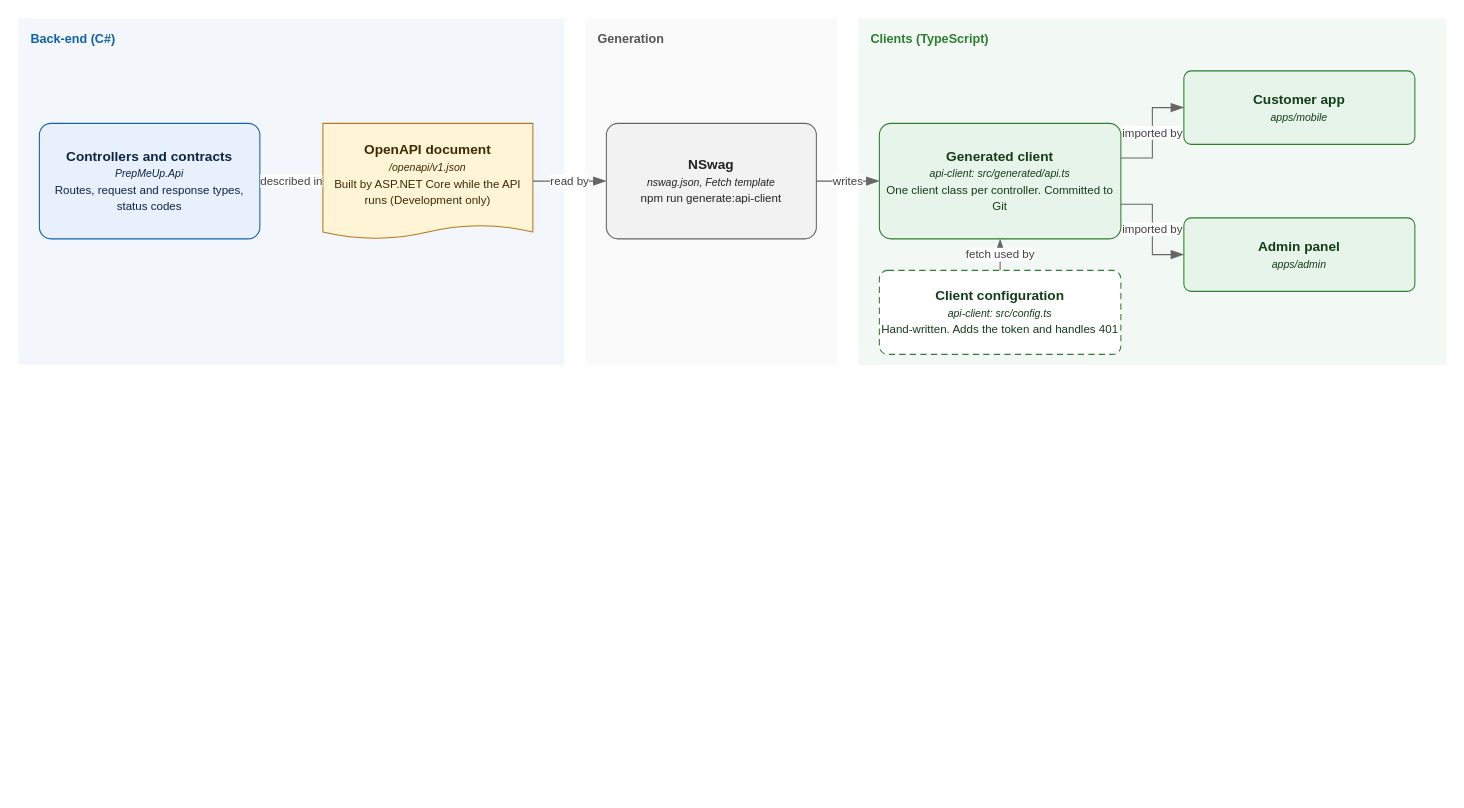
This is docs/assets/drawio/api-client-generation.drawio from Mosekjaer/prepmeup, a draw.io file, before an edit. Source tidied: cells renumbered, new cells numbered last; positions are measured from the earlier drawing's top-left corner, leaving out a move shared by most shapes. Both pictures are drawn from the tidied source at 105%, with x=0, y=0 at pixel (18, 18).
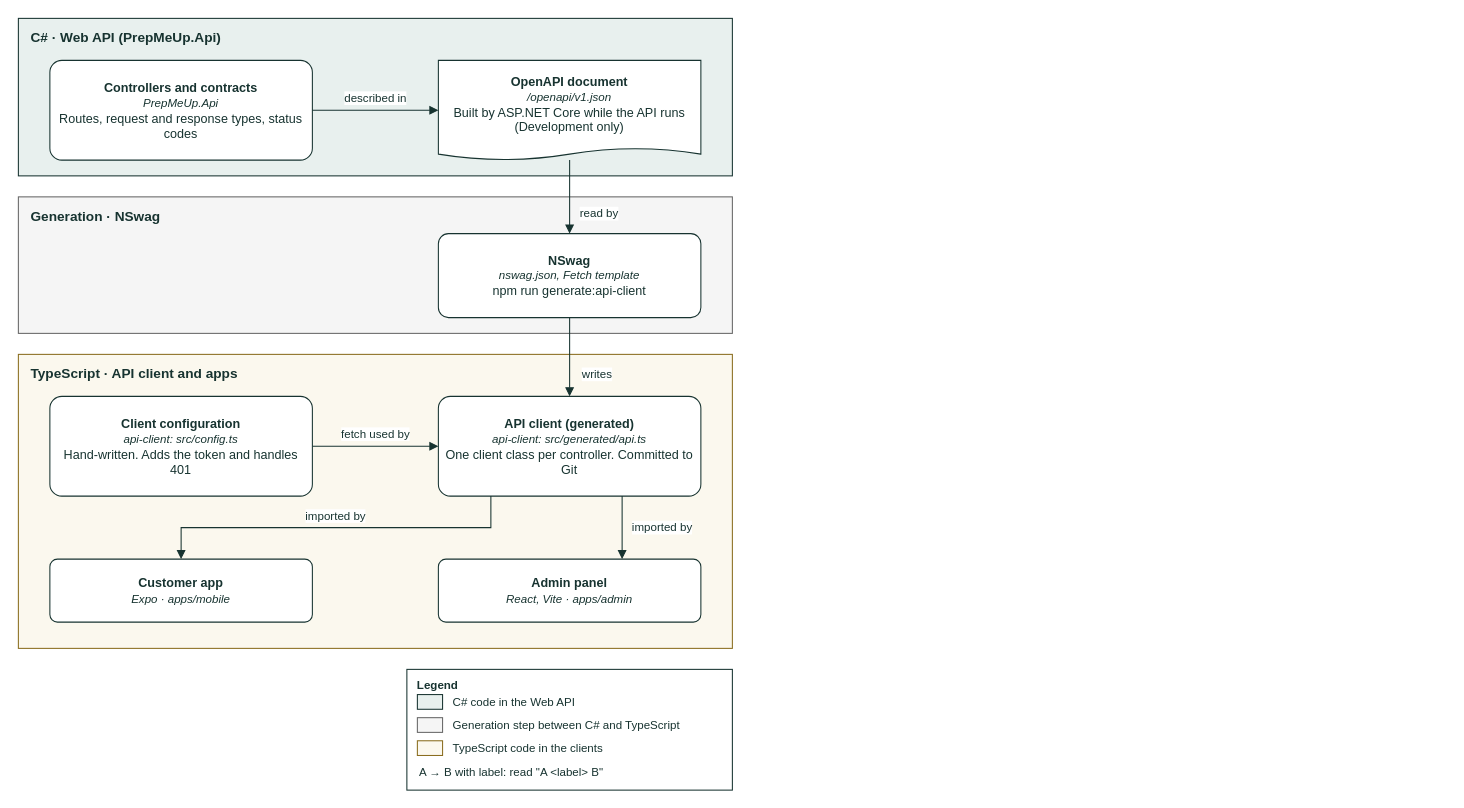
The same page after the edit.

Commit message (it also covers changes not shown here):
docs(diagrams): fit API client generation diagram to the page

It was 1360 px wide, so text printed at about 3 pt. Now top to bottom in the shared palette.

The edit, as a diff of the source:
```diff
@@
-    <mxCell id="2" value="Back-end (C#)" style="rounded=0;html=1;whiteSpace=wrap;strokeColor=none;fontSize=12;fontStyle=1;align=left;verticalAlign=top;spacingLeft=10;spacingTop=6;fillColor=#F3F6FB;fontColor=#1061B0;" parent="1" vertex="1">
-      <mxGeometry width="520" height="330" as="geometry" />
+    <mxCell id="2" value="C# · Web API (PrepMeUp.Api)" style="rounded=0;html=1;whiteSpace=wrap;fillColor=#E8F0EE;strokeColor=#173330;fontColor=#173330;fontFamily=Arial;fontSize=13;fontStyle=1;align=left;verticalAlign=top;spacingLeft=10;spacingTop=4;" parent="1" vertex="1">
+      <mxGeometry width="680" height="150" as="geometry" />
     </mxCell>
-    <mxCell id="3" value="Generation" style="rounded=0;html=1;whiteSpace=wrap;strokeColor=none;fontSize=12;fontStyle=1;align=left;verticalAlign=top;spacingLeft=10;spacingTop=6;fillColor=#FAFAFA;fontColor=#555555;" parent="1" vertex="1">
-      <mxGeometry x="540" width="240" height="330" as="geometry" />
+    <mxCell id="3" value="Generation · NSwag" style="rounded=0;html=1;whiteSpace=wrap;fillColor=#F5F5F5;strokeColor=#666666;fontColor=#173330;fontFamily=Arial;fontSize=13;fontStyle=1;align=left;verticalAlign=top;spacingLeft=10;spacingTop=4;" parent="1" vertex="1">
+      <mxGeometry y="170" width="680" height="130" as="geometry" />
     </mxCell>
-    <mxCell id="4" value="Clients (TypeScript)" style="rounded=0;html=1;whiteSpace=wrap;strokeColor=none;fontSize=12;fontStyle=1;align=left;verticalAlign=top;spacingLeft=10;spacingTop=6;fillColor=#F2F8F3;fontColor=#2E7D32;" parent="1" vertex="1">
-      <mxGeometry x="800" width="560" height="330" as="geometry" />
+    <mxCell id="4" value="TypeScript · API client and apps" style="rounded=0;html=1;whiteSpace=wrap;fillColor=#FBF8EE;strokeColor=#8A6D1F;fontColor=#173330;fontFamily=Arial;fontSize=13;fontStyle=1;align=left;verticalAlign=top;spacingLeft=10;spacingTop=4;" parent="1" vertex="1">
+      <mxGeometry y="320" width="680" height="280" as="geometry" />
     </mxCell>
-    <mxCell id="5" value="&lt;b&gt;Controllers and contracts&lt;/b&gt;&lt;br&gt;&lt;span style=&quot;font-size:10px&quot;&gt;&lt;i&gt;PrepMeUp.Api&lt;/i&gt;&lt;/span&gt;&lt;br&gt;&lt;span style=&quot;font-size:11px&quot;&gt;Routes, request and response types, status codes&lt;/span&gt;" style="rounded=1;arcSize=10;html=1;whiteSpace=wrap;fontSize=13;align=center;fillColor=#E8F0FB;strokeColor=#1061B0;fontColor=#0B2545;" parent="1" vertex="1">
-      <mxGeometry x="20" y="100" width="210" height="110" as="geometry" />
+    <mxCell id="5" value="&lt;b&gt;Controllers and contracts&lt;/b&gt;&lt;br&gt;&lt;i style=&quot;font-size:11px&quot;&gt;PrepMeUp.Api&lt;/i&gt;&lt;br&gt;Routes, request and response types, status codes" style="rounded=1;arcSize=12;html=1;whiteSpace=wrap;fillColor=#FFFFFF;strokeColor=#173330;fontColor=#173330;fontFamily=Arial;fontSize=12;align=center;spacing=8;" parent="2" vertex="1">
+      <mxGeometry x="30" y="40" width="250" height="95" as="geometry" />
     </mxCell>
-    <mxCell id="6" value="&lt;b&gt;OpenAPI document&lt;/b&gt;&lt;br&gt;&lt;span style=&quot;font-size:10px&quot;&gt;&lt;i&gt;/openapi/v1.json&lt;/i&gt;&lt;/span&gt;&lt;br&gt;&lt;span style=&quot;font-size:11px&quot;&gt;Built by ASP.NET Core while the API runs (Development only)&lt;/span&gt;" style="shape=document;size=0.12;boundedLbl=1;html=1;whiteSpace=wrap;fontSize=13;align=center;fillColor=#FFF4D6;strokeColor=#B7791F;fontColor=#3D2B00;" parent="1" vertex="1">
-      <mxGeometry x="290" y="100" width="200" height="110" as="geometry" />
+    <mxCell id="6" value="&lt;b&gt;OpenAPI document&lt;/b&gt;&lt;br&gt;&lt;i style=&quot;font-size:11px&quot;&gt;/openapi/v1.json&lt;/i&gt;&lt;br&gt;Built by ASP.NET Core while the API runs (Development only)" style="shape=document;size=0.12;boundedLbl=1;html=1;whiteSpace=wrap;fillColor=#FFFFFF;strokeColor=#173330;fontColor=#173330;fontFamily=Arial;fontSize=12;align=center;spacing=8;" parent="2" vertex="1">
+      <mxGeometry x="400" y="40" width="250" height="95" as="geometry" />
     </mxCell>
-    <mxCell id="7" value="&lt;b&gt;NSwag&lt;/b&gt;&lt;br&gt;&lt;span style=&quot;font-size:10px&quot;&gt;&lt;i&gt;nswag.json, Fetch template&lt;/i&gt;&lt;/span&gt;&lt;br&gt;&lt;span style=&quot;font-size:11px&quot;&gt;npm run generate:api-client&lt;/span&gt;" style="rounded=1;arcSize=10;html=1;whiteSpace=wrap;fontSize=13;align=center;fillColor=#F2F2F2;strokeColor=#666666;fontColor=#222222;dashed=0;" parent="1" vertex="1">
-      <mxGeometry x="560" y="100" width="200" height="110" as="geometry" />
+    <mxCell id="7" value="&lt;b&gt;NSwag&lt;/b&gt;&lt;br&gt;&lt;i style=&quot;font-size:11px&quot;&gt;nswag.json, Fetch template&lt;/i&gt;&lt;br&gt;npm run generate:api-client" style="rounded=1;arcSize=12;html=1;whiteSpace=wrap;fillColor=#FFFFFF;strokeColor=#173330;fontColor=#173330;fontFamily=Arial;fontSize=12;align=center;spacing=8;" parent="3" vertex="1">
+      <mxGeometry x="400" y="35" width="250" height="80" as="geometry" />
     </mxCell>
-    <mxCell id="8" value="&lt;b&gt;Generated client&lt;/b&gt;&lt;br&gt;&lt;span style=&quot;font-size:10px&quot;&gt;&lt;i&gt;api-client: src/generated/api.ts&lt;/i&gt;&lt;/span&gt;&lt;br&gt;&lt;span style=&quot;font-size:11px&quot;&gt;One client class per controller. Committed to Git&lt;/span&gt;" style="rounded=1;arcSize=10;html=1;whiteSpace=wrap;fontSize=13;align=center;fillColor=#E6F4EA;strokeColor=#2E7D32;fontColor=#123D17;" parent="1" vertex="1">
-      <mxGeometry x="820" y="100" width="230" height="110" as="geometry" />
+    <mxCell id="8" value="&lt;b&gt;API client (generated)&lt;/b&gt;&lt;br&gt;&lt;i style=&quot;font-size:11px&quot;&gt;api-client: src/generated/api.ts&lt;/i&gt;&lt;br&gt;One client class per controller. Committed to Git" style="rounded=1;arcSize=12;html=1;whiteSpace=wrap;fillColor=#FFFFFF;strokeColor=#173330;fontColor=#173330;fontFamily=Arial;fontSize=12;align=center;spacing=8;" parent="4" vertex="1">
+      <mxGeometry x="400" y="40" width="250" height="95" as="geometry" />
     </mxCell>
-    <mxCell id="9" value="&lt;b&gt;Client configuration&lt;/b&gt;&lt;br&gt;&lt;span style=&quot;font-size:10px&quot;&gt;&lt;i&gt;api-client: src/config.ts&lt;/i&gt;&lt;/span&gt;&lt;br&gt;&lt;span style=&quot;font-size:11px&quot;&gt;Hand-written. Adds the token and handles 401&lt;/span&gt;" style="rounded=1;arcSize=10;html=1;whiteSpace=wrap;fontSize=13;align=center;fillColor=#FFFFFF;strokeColor=#2E7D32;fontColor=#123D17;dashed=1;dashPattern=6 4;" parent="1" vertex="1">
-      <mxGeometry x="820" y="240" width="230" height="80" as="geometry" />
+    <mxCell id="9" value="&lt;b&gt;Client configuration&lt;/b&gt;&lt;br&gt;&lt;i style=&quot;font-size:11px&quot;&gt;api-client: src/config.ts&lt;/i&gt;&lt;br&gt;Hand-written. Adds the token and handles 401" style="rounded=1;arcSize=12;html=1;whiteSpace=wrap;fillColor=#FFFFFF;strokeColor=#173330;fontColor=#173330;fontFamily=Arial;fontSize=12;align=center;spacing=8;" parent="4" vertex="1">
+      <mxGeometry x="30" y="40" width="250" height="95" as="geometry" />
     </mxCell>
-    <mxCell id="10" value="&lt;b&gt;Customer app&lt;/b&gt;&lt;br&gt;&lt;span style=&quot;font-size:10px&quot;&gt;&lt;i&gt;apps/mobile&lt;/i&gt;&lt;/span&gt;" style="rounded=1;arcSize=10;html=1;whiteSpace=wrap;fontSize=13;align=center;fillColor=#E6F4EA;strokeColor=#2E7D32;fontColor=#123D17;" parent="1" vertex="1">
-      <mxGeometry x="1110" y="50" width="220" height="70" as="geometry" />
+    <mxCell id="10" value="&lt;b&gt;Customer app&lt;/b&gt;&lt;br&gt;&lt;i style=&quot;font-size:11px&quot;&gt;Expo · apps/mobile&lt;/i&gt;" style="rounded=1;arcSize=12;html=1;whiteSpace=wrap;fillColor=#FFFFFF;strokeColor=#173330;fontColor=#173330;fontFamily=Arial;fontSize=12;align=center;spacing=8;" parent="4" vertex="1">
+      <mxGeometry x="30" y="195" width="250" height="60" as="geometry" />
     </mxCell>
-    <mxCell id="11" value="&lt;b&gt;Admin panel&lt;/b&gt;&lt;br&gt;&lt;span style=&quot;font-size:10px&quot;&gt;&lt;i&gt;apps/admin&lt;/i&gt;&lt;/span&gt;" style="rounded=1;arcSize=10;html=1;whiteSpace=wrap;fontSize=13;align=center;fillColor=#E6F4EA;strokeColor=#2E7D32;fontColor=#123D17;" parent="1" vertex="1">
-      <mxGeometry x="1110" y="190" width="220" height="70" as="geometry" />
+    <mxCell id="11" value="&lt;b&gt;Admin panel&lt;/b&gt;&lt;br&gt;&lt;i style=&quot;font-size:11px&quot;&gt;React, Vite · apps/admin&lt;/i&gt;" style="rounded=1;arcSize=12;html=1;whiteSpace=wrap;fillColor=#FFFFFF;strokeColor=#173330;fontColor=#173330;fontFamily=Arial;fontSize=12;align=center;spacing=8;" parent="4" vertex="1">
+      <mxGeometry x="400" y="195" width="250" height="60" as="geometry" />
     </mxCell>
-    <mxCell id="12" value="described in" style="endArrow=blockThin;endFill=1;endSize=10;html=1;fontSize=11;fontColor=#404040;strokeColor=#666666;labelBackgroundColor=#ffffff;rounded=0;exitX=1;exitY=0.5;exitDx=0;exitDy=0;entryX=0;entryY=0.5;entryDx=0;entryDy=0;" parent="1" edge="1" source="5" target="6">
-      <mxGeometry relative="1" as="geometry" />
+    <mxCell id="12" value="described in" style="edgeStyle=orthogonalEdgeStyle;rounded=0;html=1;endArrow=block;endFill=1;strokeColor=#173330;fontColor=#173330;fontFamily=Arial;fontSize=11;labelBackgroundColor=#FFFFFF;exitX=1;exitY=0.5;exitDx=0;exitDy=0;entryX=0;entryY=0.5;entryDx=0;entryDy=0;" parent="1" edge="1" source="5" target="6">
+      <mxGeometry relative="1" as="geometry">
+        <mxPoint y="-12" as="offset" />
+      </mxGeometry>
     </mxCell>
-    <mxCell id="13" value="read by" style="endArrow=blockThin;endFill=1;endSize=10;html=1;fontSize=11;fontColor=#404040;strokeColor=#666666;labelBackgroundColor=#ffffff;rounded=0;exitX=1;exitY=0.5;exitDx=0;exitDy=0;entryX=0;entryY=0.5;entryDx=0;entryDy=0;" parent="1" edge="1" source="6" target="7">
-      <mxGeometry relative="1" as="geometry" />
+    <mxCell id="13" value="read by" style="edgeStyle=orthogonalEdgeStyle;rounded=0;html=1;endArrow=block;endFill=1;strokeColor=#173330;fontColor=#173330;fontFamily=Arial;fontSize=11;labelBackgroundColor=#FFFFFF;exitX=0.5;exitY=1;exitDx=0;exitDy=0;entryX=0.5;entryY=0;entryDx=0;entryDy=0;" parent="1" edge="1" source="6" target="7">
+      <mxGeometry x="0.45" relative="1" as="geometry">
+        <mxPoint x="28" as="offset" />
+      </mxGeometry>
     </mxCell>
-    <mxCell id="14" value="writes" style="endArrow=blockThin;endFill=1;endSize=10;html=1;fontSize=11;fontColor=#404040;strokeColor=#666666;labelBackgroundColor=#ffffff;rounded=0;exitX=1;exitY=0.5;exitDx=0;exitDy=0;entryX=0;entryY=0.5;entryDx=0;entryDy=0;" parent="1" edge="1" source="7" target="8">
-      <mxGeometry relative="1" as="geometry" />
+    <mxCell id="14" value="writes" style="edgeStyle=orthogonalEdgeStyle;rounded=0;html=1;endArrow=block;endFill=1;strokeColor=#173330;fontColor=#173330;fontFamily=Arial;fontSize=11;labelBackgroundColor=#FFFFFF;exitX=0.5;exitY=1;exitDx=0;exitDy=0;entryX=0.5;entryY=0;entryDx=0;entryDy=0;" parent="1" edge="1" source="7" target="8">
+      <mxGeometry x="0.45" relative="1" as="geometry">
+        <mxPoint x="26" as="offset" />
+      </mxGeometry>
     </mxCell>
-    <mxCell id="15" value="fetch used by" style="endArrow=blockThin;endFill=1;endSize=10;html=1;fontSize=11;fontColor=#404040;strokeColor=#666666;labelBackgroundColor=#ffffff;rounded=0;exitX=0.5;exitY=0;exitDx=0;exitDy=0;entryX=0.5;entryY=1;entryDx=0;entryDy=0;" parent="1" edge="1" source="9" target="8">
-      <mxGeometry relative="1" as="geometry" />
+    <mxCell id="15" value="fetch used by" style="edgeStyle=orthogonalEdgeStyle;rounded=0;html=1;endArrow=block;endFill=1;strokeColor=#173330;fontColor=#173330;fontFamily=Arial;fontSize=11;labelBackgroundColor=#FFFFFF;exitX=1;exitY=0.5;exitDx=0;exitDy=0;entryX=0;entryY=0.5;entryDx=0;entryDy=0;" parent="4" edge="1" source="9" target="8">
+      <mxGeometry relative="1" as="geometry">
+        <mxPoint y="-12" as="offset" />
+      </mxGeometry>
     </mxCell>
-    <mxCell id="16" value="imported by" style="endArrow=blockThin;endFill=1;endSize=10;html=1;fontSize=11;fontColor=#404040;strokeColor=#666666;labelBackgroundColor=#ffffff;rounded=0;edgeStyle=orthogonalEdgeStyle;exitX=1;exitY=0.3;exitDx=0;exitDy=0;entryX=0;entryY=0.5;entryDx=0;entryDy=0;" parent="1" edge="1" source="8" target="10">
-      <mxGeometry relative="1" as="geometry" />
+    <mxCell id="16" value="imported by" style="edgeStyle=orthogonalEdgeStyle;rounded=0;html=1;endArrow=block;endFill=1;strokeColor=#173330;fontColor=#173330;fontFamily=Arial;fontSize=11;labelBackgroundColor=#FFFFFF;exitX=0.2;exitY=1;exitDx=0;exitDy=0;entryX=0.5;entryY=0;entryDx=0;entryDy=0;" parent="4" edge="1" source="8" target="10">
+      <mxGeometry relative="1" as="geometry">
+        <mxPoint y="-11" as="offset" />
+      </mxGeometry>
     </mxCell>
-    <mxCell id="17" value="imported by" style="endArrow=blockThin;endFill=1;endSize=10;html=1;fontSize=11;fontColor=#404040;strokeColor=#666666;labelBackgroundColor=#ffffff;rounded=0;edgeStyle=orthogonalEdgeStyle;exitX=1;exitY=0.7;exitDx=0;exitDy=0;entryX=0;entryY=0.5;entryDx=0;entryDy=0;" parent="1" edge="1" source="8" target="11">
-      <mxGeometry relative="1" as="geometry" />
+    <mxCell id="17" value="imported by" style="edgeStyle=orthogonalEdgeStyle;rounded=0;html=1;endArrow=block;endFill=1;strokeColor=#173330;fontColor=#173330;fontFamily=Arial;fontSize=11;labelBackgroundColor=#FFFFFF;exitX=0.7;exitY=1;exitDx=0;exitDy=0;entryX=0.7;entryY=0;entryDx=0;entryDy=0;" parent="4" edge="1" source="8" target="11">
+      <mxGeometry relative="1" as="geometry">
+        <mxPoint x="38" as="offset" />
+      </mxGeometry>
     </mxCell>
+    <mxCell id="18" value="Legend" style="rounded=0;html=1;whiteSpace=wrap;fillColor=#FFFFFF;strokeColor=#173330;fontColor=#173330;fontFamily=Arial;fontSize=11;fontStyle=1;align=left;verticalAlign=top;spacingLeft=8;spacingTop=2;" parent="1" vertex="1">
+      <mxGeometry x="370" y="620" width="310" height="115" as="geometry" />
+    </mxCell>
+    <mxCell id="19" style="rounded=0;html=1;fillColor=#E8F0EE;strokeColor=#173330;" parent="18" vertex="1">
+      <mxGeometry x="10" y="24" width="24" height="14" as="geometry" />
+    </mxCell>
+    <mxCell id="20" value="C# code in the Web API" style="text;html=1;align=left;verticalAlign=middle;fontColor=#173330;fontFamily=Arial;fontSize=11;" parent="18" vertex="1">
+      <mxGeometry x="42" y="21" width="260" height="20" as="geometry" />
+    </mxCell>
+    <mxCell id="21" style="rounded=0;html=1;fillColor=#F5F5F5;strokeColor=#666666;" parent="18" vertex="1">
+      <mxGeometry x="10" y="46" width="24" height="14" as="geometry" />
+    </mxCell>
+    <mxCell id="22" value="Generation step between C# and TypeScript" style="text;html=1;align=left;verticalAlign=middle;fontColor=#173330;fontFamily=Arial;fontSize=11;" parent="18" vertex="1">
+      <mxGeometry x="42" y="43" width="260" height="20" as="geometry" />
+    </mxCell>
+    <mxCell id="23" style="rounded=0;html=1;fillColor=#FBF8EE;strokeColor=#8A6D1F;" parent="18" vertex="1">
+      <mxGeometry x="10" y="68" width="24" height="14" as="geometry" />
+    </mxCell>
+    <mxCell id="24" value="TypeScript code in the clients" style="text;html=1;align=left;verticalAlign=middle;fontColor=#173330;fontFamily=Arial;fontSize=11;" parent="18" vertex="1">
+      <mxGeometry x="42" y="65" width="260" height="20" as="geometry" />
+    </mxCell>
+    <mxCell id="25" value="A → B with label: read &quot;A &amp;lt;label&amp;gt; B&quot;" style="text;html=1;align=left;verticalAlign=middle;fontColor=#173330;fontFamily=Arial;fontSize=11;" parent="18" vertex="1">
+      <mxGeometry x="10" y="88" width="290" height="20" as="geometry" />
+    </mxCell>
```
